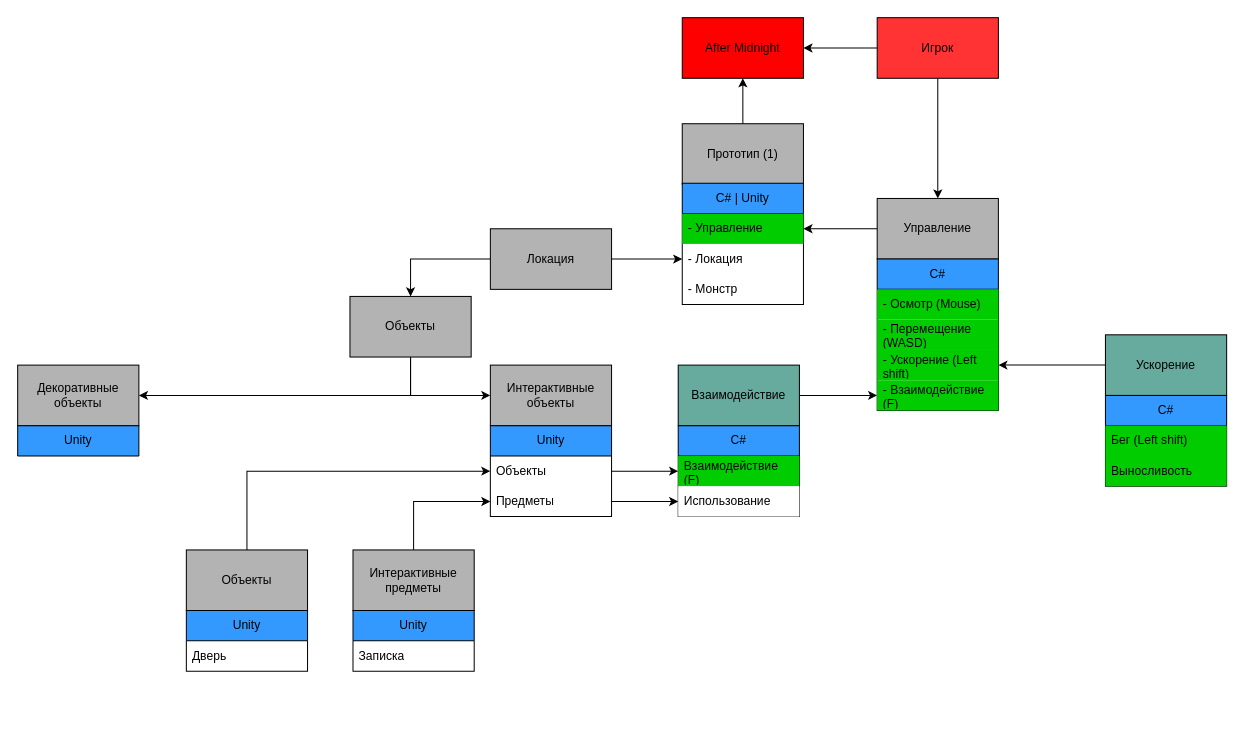
The draw.io diagram Docs/Map progress.drawio in Zurgn/AfterMidnight, before the edit. Source tidied: cells renumbered, new cells numbered last; positions are measured from the earlier drawing's top-left corner, leaving out a move shared by most shapes. Both pictures are drawn from the tidied source at 101%, with x=0, y=0 at pixel (17, 17).
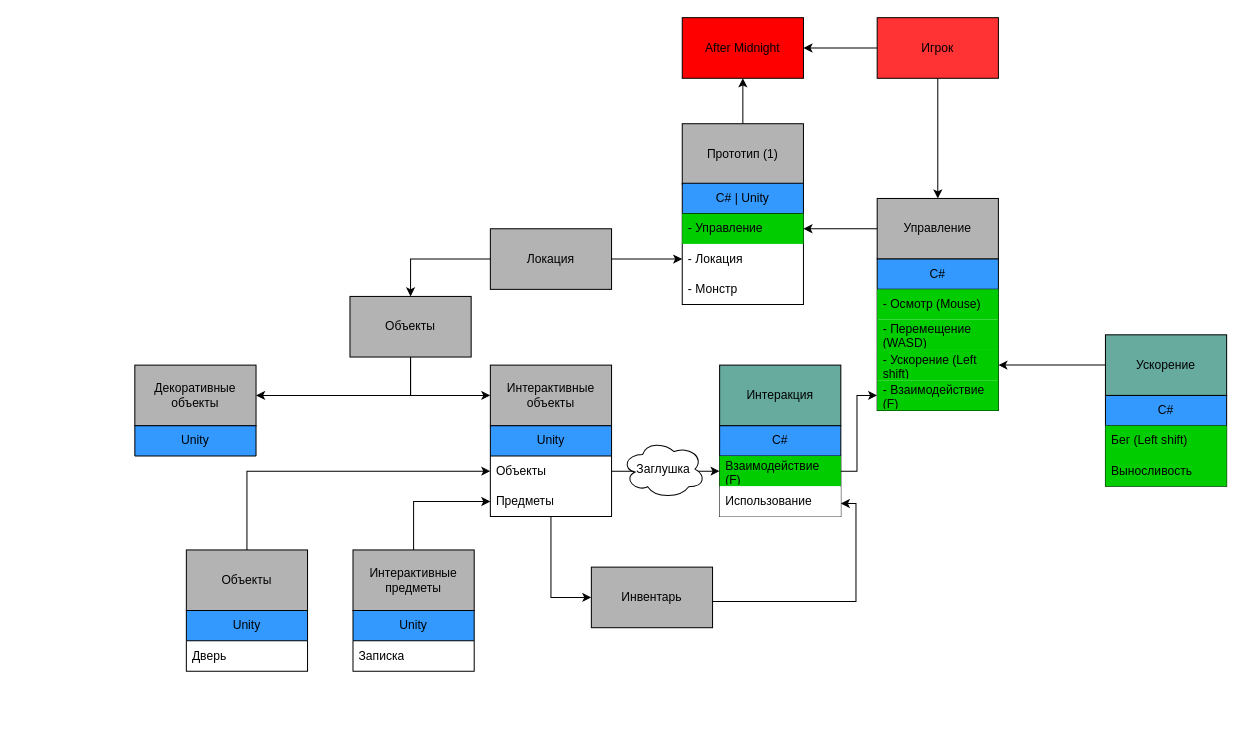
After the change.

The change refers to these unchanged cells:
```xml
<mxCell id="13" value="- Взаимодействие (F)" style="text;strokeColor=none;fillColor=#00CC00;align=left;verticalAlign=middle;spacingLeft=4;spacingRight=4;overflow=hidden;points=[[0,0.5],[1,0.5]];portConstraint=eastwest;whiteSpace=wrap;html=1;" parent="9" vertex="1">
  <mxGeometry y="120" width="120" height="30" as="geometry" />
</mxCell>
<mxCell id="23" value="Unity" style="swimlane;fontStyle=0;horizontal=1;startSize=30;whiteSpace=wrap;html=1;fillColor=#3399FF;" parent="21" vertex="1">
  <mxGeometry y="60" width="120" height="90" as="geometry" />
</mxCell>
<mxCell id="25" value="Предметы" style="text;strokeColor=none;fillColor=none;align=left;verticalAlign=middle;spacingLeft=4;spacingRight=4;overflow=hidden;points=[[0,0.5],[1,0.5]];portConstraint=eastwest;whiteSpace=wrap;html=1;" parent="23" vertex="1">
  <mxGeometry y="60" width="120" height="30" as="geometry" />
</mxCell>
<mxCell id="48" value="Взаимодействие (F)" style="text;strokeColor=none;fillColor=#00CC00;align=left;verticalAlign=middle;spacingLeft=4;spacingRight=4;overflow=hidden;points=[[0,0.5],[1,0.5]];portConstraint=eastwest;whiteSpace=wrap;html=1;" parent="47" vertex="1">
  <mxGeometry y="30" width="120" height="30" as="geometry" />
</mxCell>
<mxCell id="49" value="Использование" style="text;strokeColor=none;fillColor=default;align=left;verticalAlign=middle;spacingLeft=4;spacingRight=4;overflow=hidden;points=[[0,0.5],[1,0.5]];portConstraint=eastwest;whiteSpace=wrap;html=1;" parent="47" vertex="1">
  <mxGeometry y="60" width="120" height="30" as="geometry" />
</mxCell>
```

The edit, as a diff of the source:
```diff
@@
-    <mxCell id="33" style="edgeStyle=orthogonalEdgeStyle;rounded=0;jettySize=auto;html=1;entryX=0;entryY=0.5;entryDx=0;entryDy=0;" parent="1" edge="1" source="46" target="13">
-      <mxGeometry relative="1" as="geometry" />
-    </mxCell>
@@
     <mxCell id="45" style="group;" parent="1" vertex="1">
-      <mxGeometry x="654" y="344" width="120" height="120" as="geometry" />
+      <mxGeometry x="695" y="344" width="120" height="120" as="geometry" />
     </mxCell>
-    <mxCell id="46" value="Взаимодействие" style="rounded=0;whiteSpace=wrap;html=1;fillColor=#67AB9F;" parent="45" vertex="1">
+    <mxCell id="46" value="Интеракция" style="rounded=0;whiteSpace=wrap;html=1;fillColor=#67AB9F;" parent="45" vertex="1">
       <mxGeometry width="120" height="60" as="geometry" />
     </mxCell>
@@
-    <mxCell id="50" style="edgeStyle=orthogonalEdgeStyle;rounded=0;jettySize=auto;html=1;exitX=1;exitY=0.5;exitDx=0;exitDy=0;entryX=0;entryY=0.5;entryDx=0;entryDy=0;" parent="1" edge="1" source="25" target="49">
-      <mxGeometry relative="1" as="geometry" />
-    </mxCell>
@@
     <mxCell id="58" style="group;" parent="1" vertex="1">
-      <mxGeometry y="344" width="120" height="90" as="geometry" />
+      <mxGeometry x="116" y="344" width="120" height="90" as="geometry" />
     </mxCell>
@@
+    <mxCell id="61" style="edgeStyle=orthogonalEdgeStyle;rounded=0;jettySize=auto;html=1;entryX=0;entryY=0.5;entryDx=0;entryDy=0;" parent="1" edge="1" source="48" target="13">
+      <mxGeometry relative="1" as="geometry">
+        <Array as="points">
+          <mxPoint x="831" y="449" />
+          <mxPoint x="831" y="374" />
+        </Array>
+      </mxGeometry>
+    </mxCell>
+    <mxCell id="62" value="Инвентарь" style="rounded=0;whiteSpace=wrap;html=1;fillColor=#B3B3B3;" parent="1" vertex="1">
+      <mxGeometry x="568" y="544" width="120" height="60" as="geometry" />
+    </mxCell>
+    <mxCell id="63" style="edgeStyle=orthogonalEdgeStyle;rounded=0;jettySize=auto;html=1;entryX=0;entryY=0.5;entryDx=0;entryDy=0;" parent="1" edge="1" source="23" target="62">
+      <mxGeometry relative="1" as="geometry">
+        <Array as="points">
+          <mxPoint x="528" y="574" />
+        </Array>
+      </mxGeometry>
+    </mxCell>
+    <mxCell id="64" style="edgeStyle=orthogonalEdgeStyle;rounded=0;jettySize=auto;html=1;entryX=1;entryY=0.567;entryDx=0;entryDy=0;entryPerimeter=0;" parent="1" edge="1" source="62" target="49">
+      <mxGeometry relative="1" as="geometry">
+        <Array as="points">
+          <mxPoint x="830" y="578" />
+          <mxPoint x="830" y="481" />
+        </Array>
+      </mxGeometry>
+    </mxCell>
+    <mxCell id="65" value="Заглушка" style="ellipse;shape=cloud;whiteSpace=wrap;html=1;" parent="1" vertex="1">
+      <mxGeometry x="598" y="418" width="83" height="58" as="geometry" />
+    </mxCell>
```
